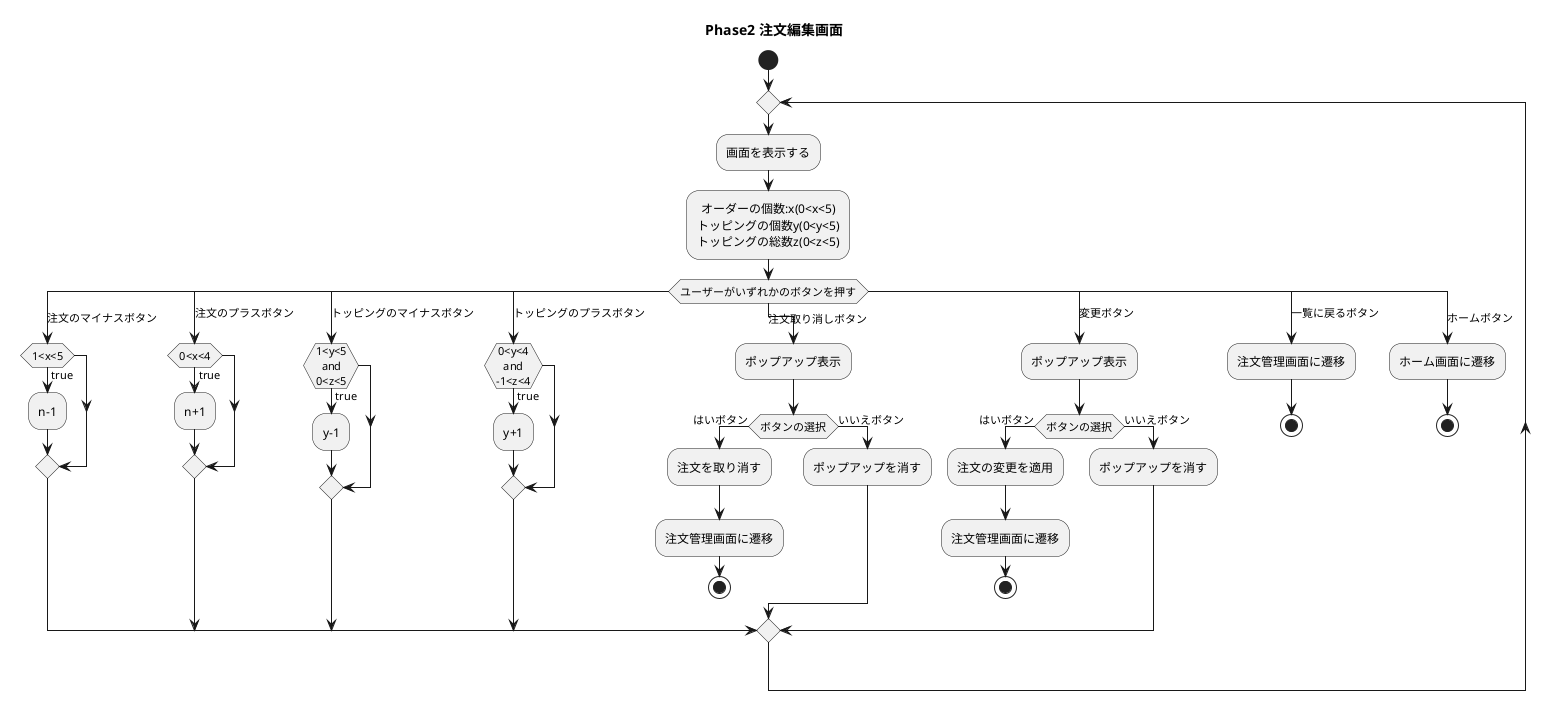
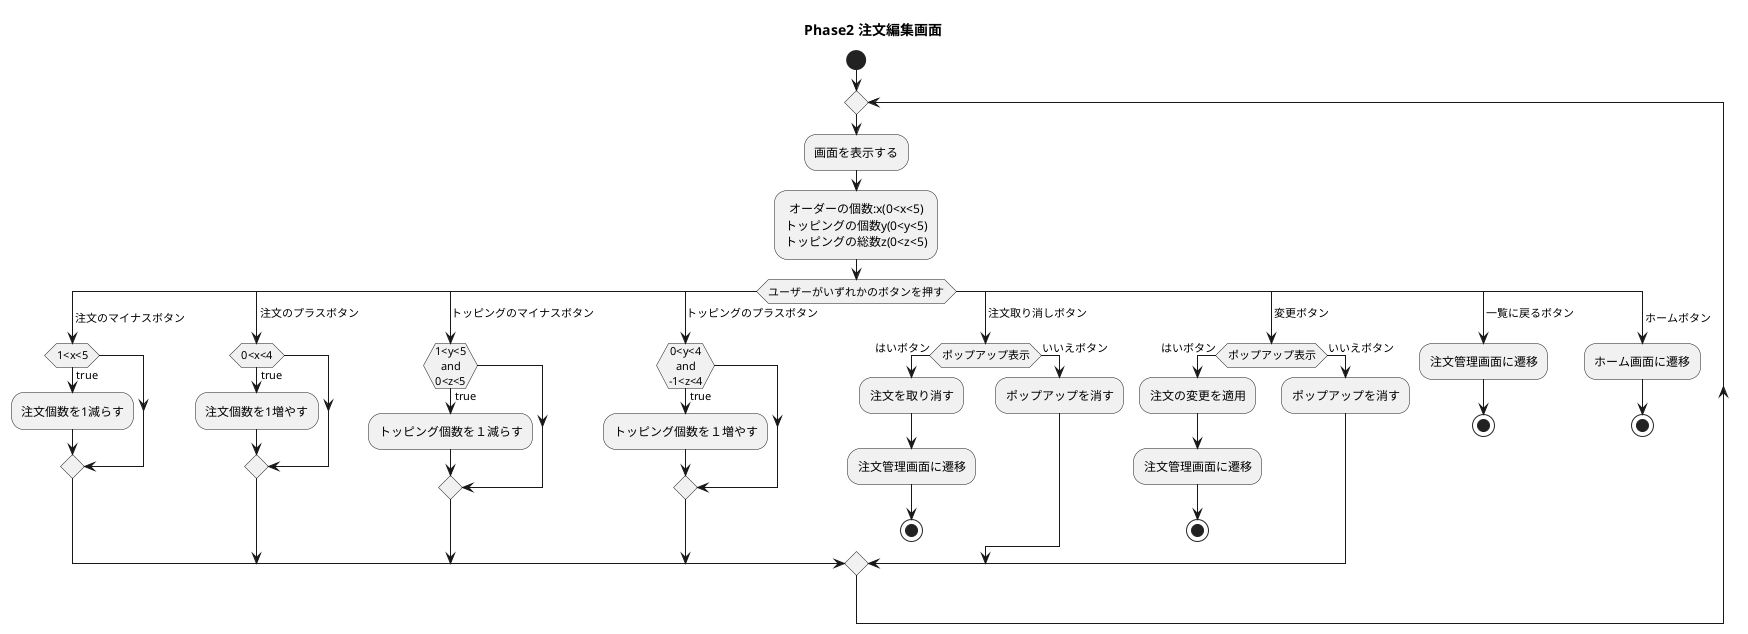
@startuml

title Phase2 注文編集画面
skinparam defaulttextalignment center

start
repeat
:画面を表示する;
:オーダーの個数:x(0<x<5)\nトッピングの個数y(0<y<5)\nトッピングの総数z(0<z<5);

switch (ユーザーがいずれかのボタンを押す)

- case(注文のマイナスボタン)
+ case( 注文のマイナスボタン)
if (1<x<5) then (true)
- :n-1;
- end if
+ :注文個数を1減らす;
+ endif

- case(注文のプラスボタン)
+ case( 注文のプラスボタン)
if (0<x<4) then (true)
- :n+1;
- end if
+ :注文個数を1増やす;
+ endif

case(トッピングのマイナスボタン)
if (1<y<5\nand\n0<z<5) then (true)
- :y-1;
+ :トッピング個数を１減らす;
end if

case(トッピングのプラスボタン)
if (0<y<4\nand\n-1<z<4) then (true)
- :y+1;
- end if
+ :トッピング個数を１増やす;
+ endif

- case(注文取り消しボタン)
- :ポップアップ表示;
- if (ボタンの選択) then (はいボタン)
+ case( 注文取り消しボタン)
+ if (ポップアップ表示) then (はいボタン)
:注文を取り消す;
:注文管理画面に遷移;
stop
else (いいえボタン)
:ポップアップを消す;
endif

- case(変更ボタン)
- :ポップアップ表示;
- if (ボタンの選択) then (はいボタン)
+ case( 変更ボタン)
+ 
+ if (ポップアップ表示) then (はいボタン)
:注文の変更を適用;
:注文管理画面に遷移;
stop
else (いいえボタン)
:ポップアップを消す;
endif

- case(一覧に戻るボタン)
+ case( 一覧に戻るボタン)
:注文管理画面に遷移;
stop

- case(ホームボタン)
+ case( ホームボタン)
:ホーム画面に遷移;
stop

endswitch

@enduml